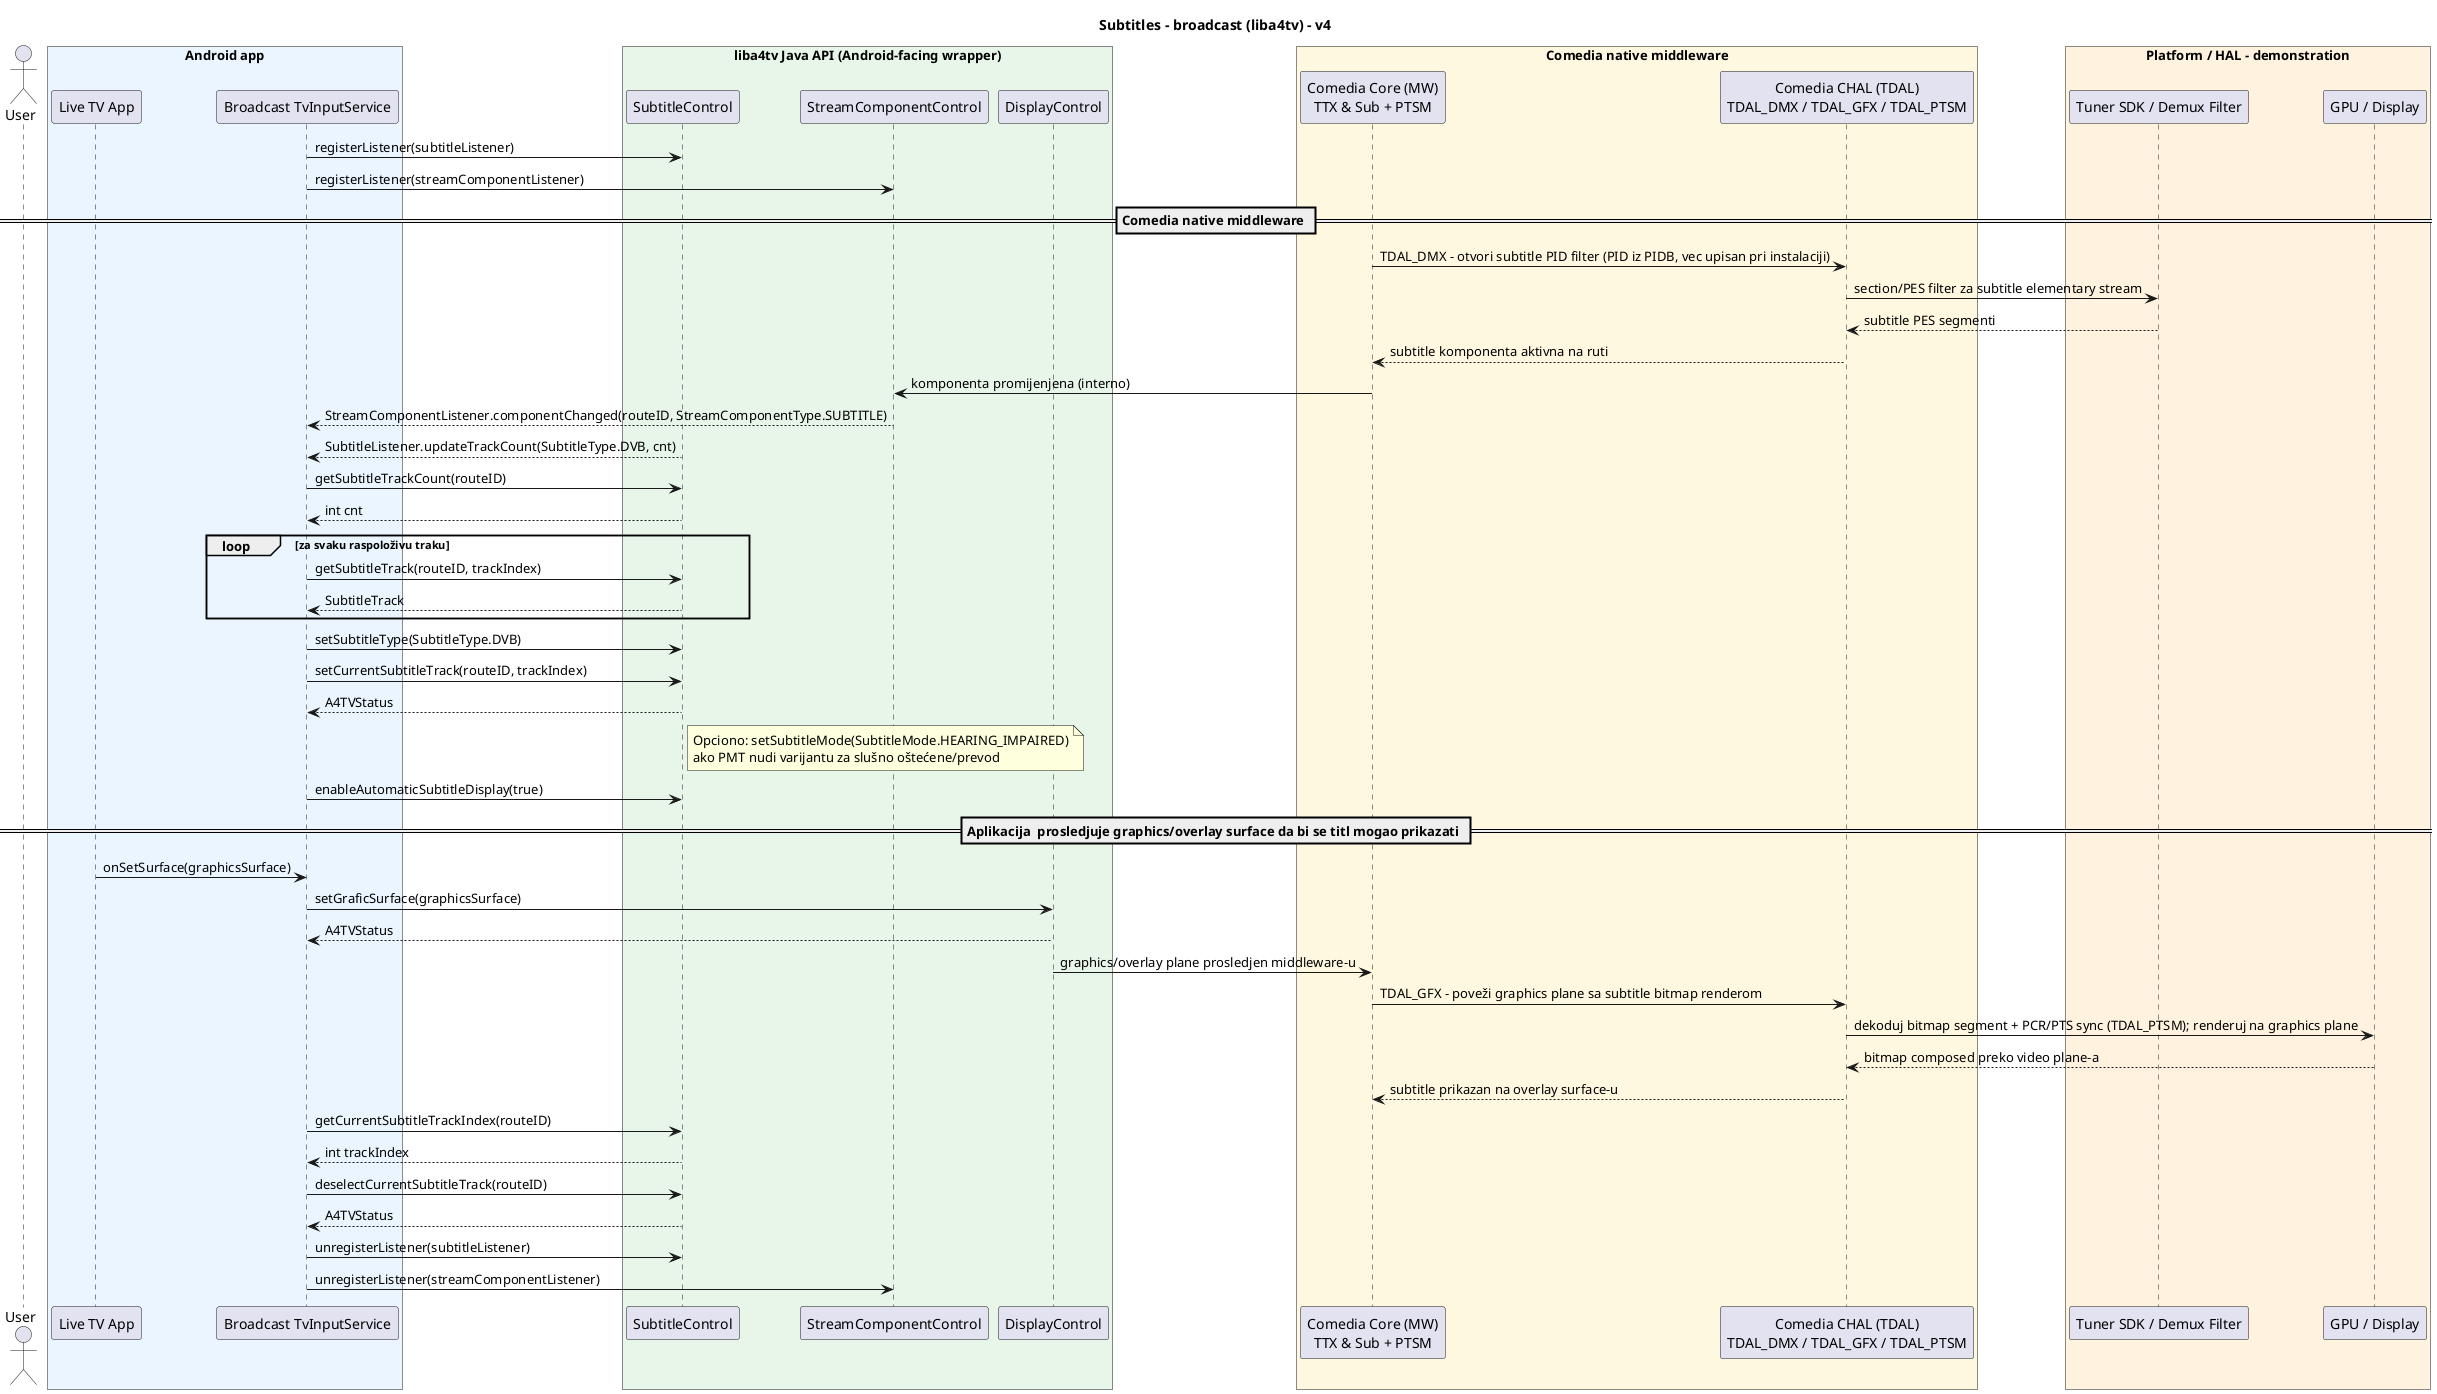
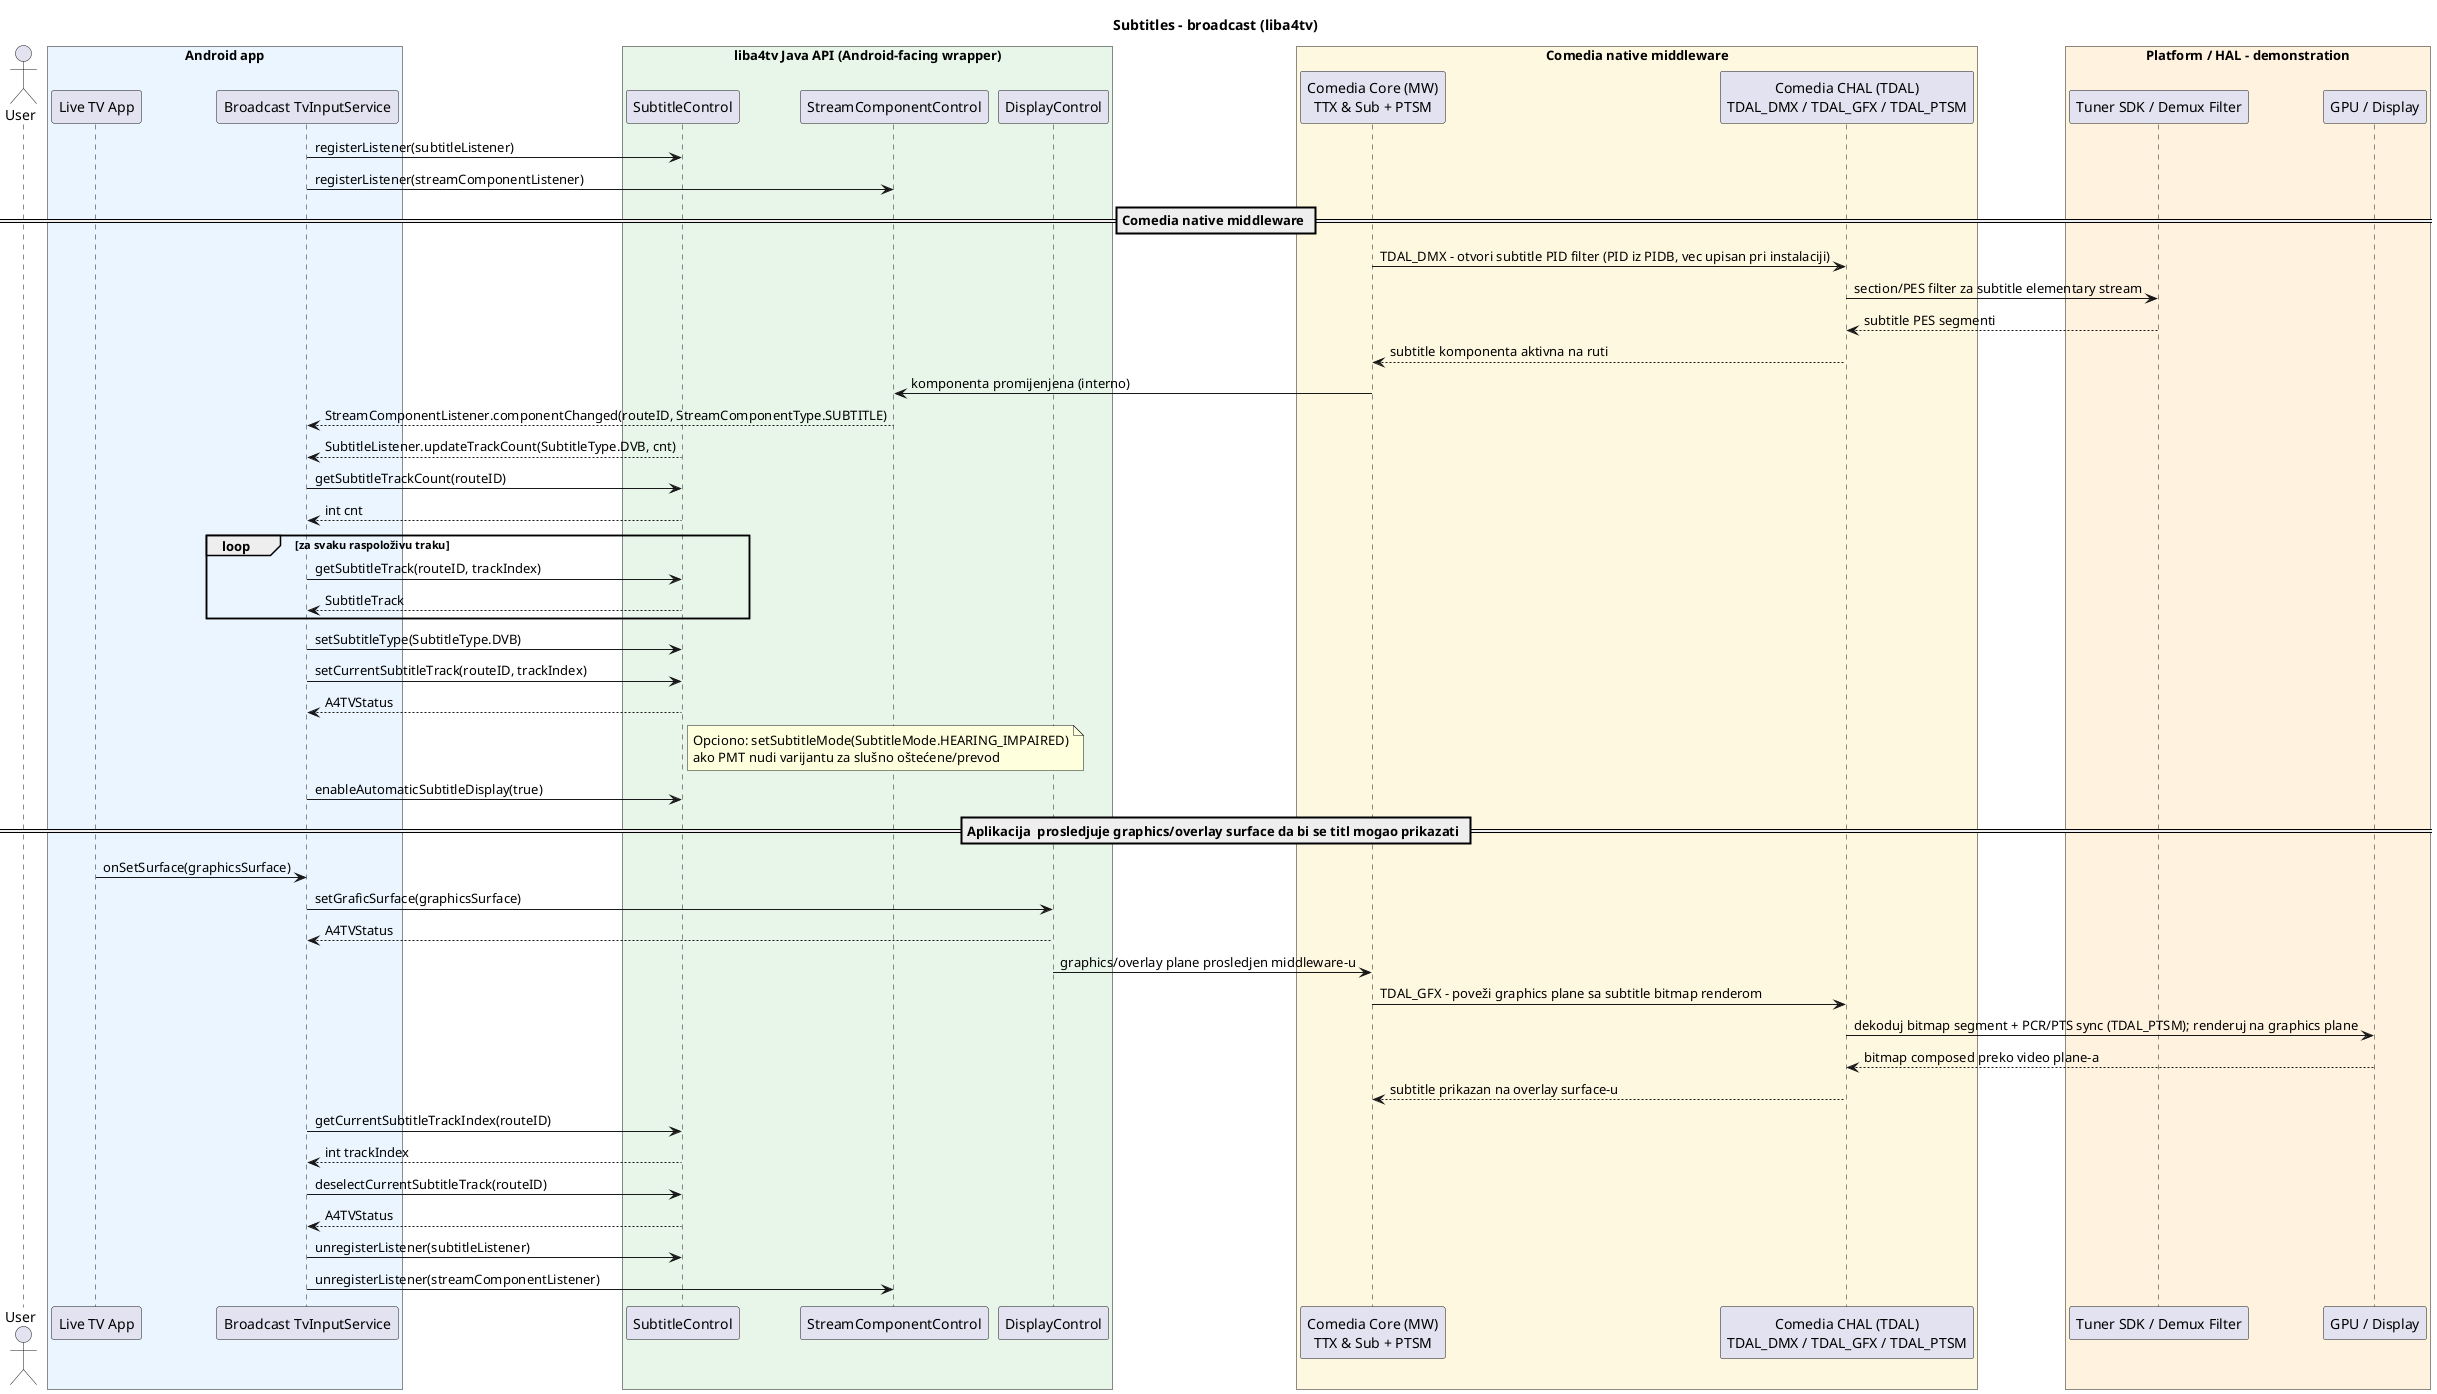
@startuml sequence_subtitles_liba4tv_v4
- title Subtitles - broadcast (liba4tv) - v4
+ title Subtitles - broadcast (liba4tv)

actor User
box "Android app" #EBF5FF
  participant "Live TV App" as App
  participant "Broadcast TvInputService" as TIS
end box

box "liba4tv Java API (Android-facing wrapper)" #E8F5E9
  participant "SubtitleControl" as SUB
  participant "StreamComponentControl" as SC
  participant "DisplayControl" as DISP
end box

box "Comedia native middleware" #FFF8E1
  participant "Comedia Core (MW)\nTTX & Sub + PTSM" as CORE
  participant "Comedia CHAL (TDAL)\nTDAL_DMX / TDAL_GFX / TDAL_PTSM" as CHAL
end box

box "Platform / HAL - demonstration" #FFF3E0
  participant "Tuner SDK / Demux Filter" as TSDK
  participant "GPU / Display" as GPU
end box

TIS -> SUB : registerListener(subtitleListener)
TIS -> SC : registerListener(streamComponentListener)

== Comedia native middleware ==
CORE -> CHAL : TDAL_DMX - otvori subtitle PID filter (PID iz PIDB, vec upisan pri instalaciji)
CHAL -> TSDK : section/PES filter za subtitle elementary stream
TSDK --> CHAL : subtitle PES segmenti
CHAL --> CORE : subtitle komponenta aktivna na ruti

CORE -> SC : komponenta promijenjena (interno)
SC --> TIS : StreamComponentListener.componentChanged(routeID, StreamComponentType.SUBTITLE)

SUB --> TIS : SubtitleListener.updateTrackCount(SubtitleType.DVB, cnt)
TIS -> SUB : getSubtitleTrackCount(routeID)
SUB --> TIS : int cnt
loop za svaku raspoloživu traku
  TIS -> SUB : getSubtitleTrack(routeID, trackIndex)
  SUB --> TIS : SubtitleTrack
end

TIS -> SUB : setSubtitleType(SubtitleType.DVB)
TIS -> SUB : setCurrentSubtitleTrack(routeID, trackIndex)
SUB --> TIS : A4TVStatus
note right of SUB : Opciono: setSubtitleMode(SubtitleMode.HEARING_IMPAIRED)\nako PMT nudi varijantu za slušno oštećene/prevod

TIS -> SUB : enableAutomaticSubtitleDisplay(true)

== Aplikacija  prosledjuje graphics/overlay surface da bi se titl mogao prikazati ==
App -> TIS : onSetSurface(graphicsSurface)

TIS -> DISP : setGraficSurface(graphicsSurface)
DISP --> TIS : A4TVStatus
DISP -> CORE : graphics/overlay plane prosledjen middleware-u

CORE -> CHAL : TDAL_GFX - poveži graphics plane sa subtitle bitmap renderom
CHAL -> GPU : dekoduj bitmap segment + PCR/PTS sync (TDAL_PTSM); renderuj na graphics plane
GPU --> CHAL : bitmap composed preko video plane-a
CHAL --> CORE : subtitle prikazan na overlay surface-u

TIS -> SUB : getCurrentSubtitleTrackIndex(routeID)
SUB --> TIS : int trackIndex

TIS -> SUB : deselectCurrentSubtitleTrack(routeID)
SUB --> TIS : A4TVStatus

TIS -> SUB : unregisterListener(subtitleListener)
TIS -> SC : unregisterListener(streamComponentListener)

@enduml
